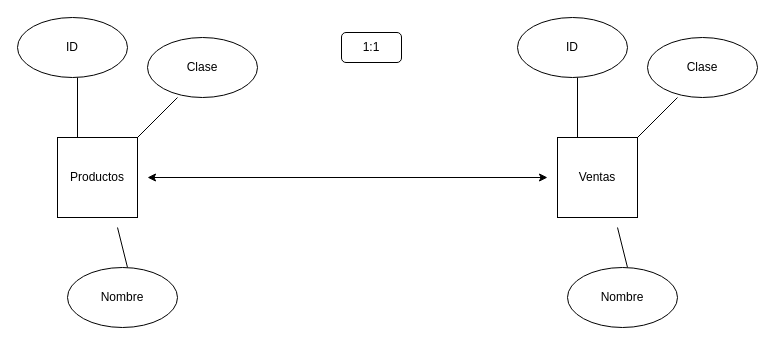
Before: Tarea1.drawio in ErnestDG/Ciencia-de-datos-, a draw.io diagram. Source tidied: cells renumbered, new cells numbered last; positions are measured from the earlier drawing's top-left corner, leaving out a move shared by most shapes. Both pictures are drawn from the tidied source at 100%, with x=0, y=0 at pixel (17, 17).
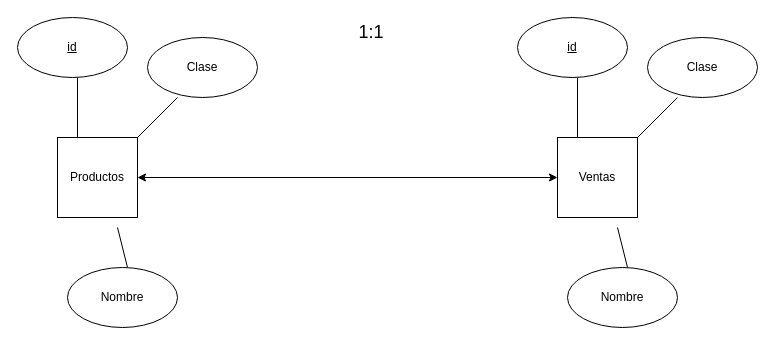
The same page after the edit.

Unchanged cells that the change refers to:
```xml
<mxCell id="2" value="Productos" style="whiteSpace=wrap;html=1;" parent="1" vertex="1">
  <mxGeometry x="40" y="120" width="80" height="80" as="geometry" />
</mxCell>
<mxCell id="11" value="Ventas" style="whiteSpace=wrap;html=1;" parent="1" vertex="1">
  <mxGeometry x="540" y="120" width="80" height="80" as="geometry" />
</mxCell>
```

Diff of the diagram source:
```diff
@@
-    <mxCell id="6" value="1:1" style="rounded=1;whiteSpace=wrap;html=1;" parent="1" vertex="1">
-      <mxGeometry x="324" y="15" width="60" height="30" as="geometry" />
-    </mxCell>
-    <mxCell id="7" style="endArrow=classic;html=1;rounded=0;startArrow=classic;startFill=1;endFill=1;" parent="1" edge="1">
-      <mxGeometry relative="1" as="geometry">
-        <mxPoint x="130" y="160" as="sourcePoint" />
-        <mxPoint x="530" y="160" as="targetPoint" />
-      </mxGeometry>
+    <mxCell id="7" style="endArrow=classic;html=1;rounded=0;startArrow=classic;startFill=1;endFill=1;exitX=1;exitY=0.5;exitDx=0;exitDy=0;entryX=0;entryY=0.5;entryDx=0;entryDy=0;" parent="1" edge="1" source="2" target="11">
+      <mxGeometry relative="1" as="geometry" />
     </mxCell>
@@
-    <mxCell id="10" value="ID" style="ellipse;whiteSpace=wrap;html=1;" parent="1" vertex="1">
+    <mxCell id="10" value="&lt;u&gt;id&lt;/u&gt;" style="ellipse;whiteSpace=wrap;html=1;" parent="1" vertex="1">
       <mxGeometry width="110" height="60" as="geometry" />
     </mxCell>
@@
-    <mxCell id="17" value="ID" style="ellipse;whiteSpace=wrap;html=1;" parent="1" vertex="1">
+    <mxCell id="17" value="&lt;u&gt;id&lt;/u&gt;" style="ellipse;whiteSpace=wrap;html=1;" parent="1" vertex="1">
       <mxGeometry x="500" width="110" height="60" as="geometry" />
     </mxCell>
+    <mxCell id="6" value="&lt;font style=&quot;font-size: 18px;&quot;&gt;1:1&lt;/font&gt;" style="text;html=1;whiteSpace=wrap;strokeColor=none;fillColor=none;align=center;verticalAlign=middle;rounded=0;" parent="1" vertex="1">
+      <mxGeometry x="324" width="60" height="30" as="geometry" />
+    </mxCell>
```
